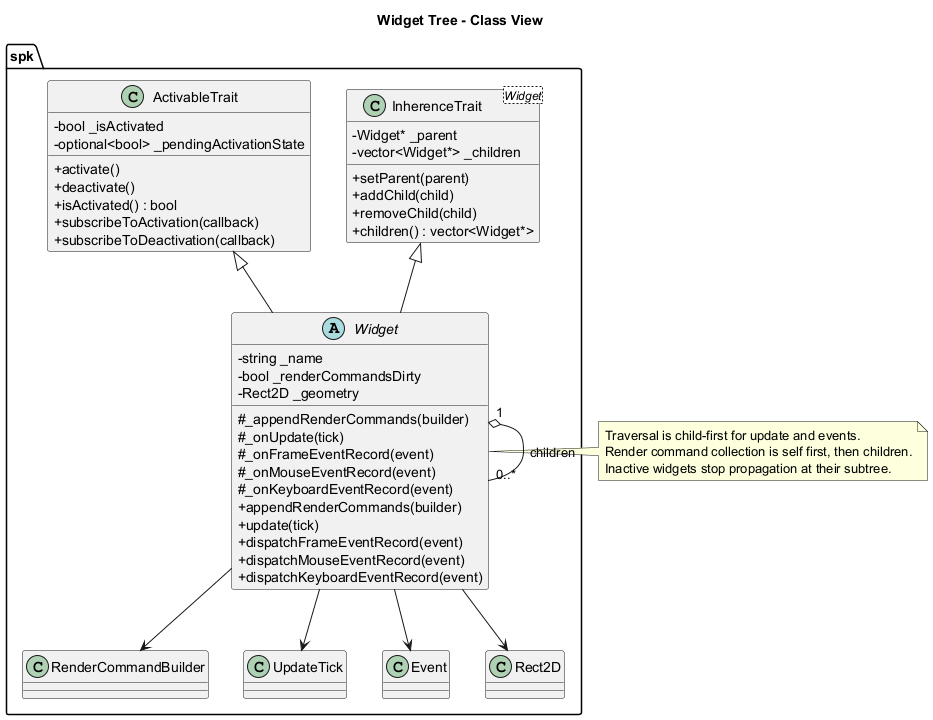
Before: documentation/architecture/diagrams/widget-tree-class.png, a diagram exported from PlantUML (Hyarius/Sparkle).
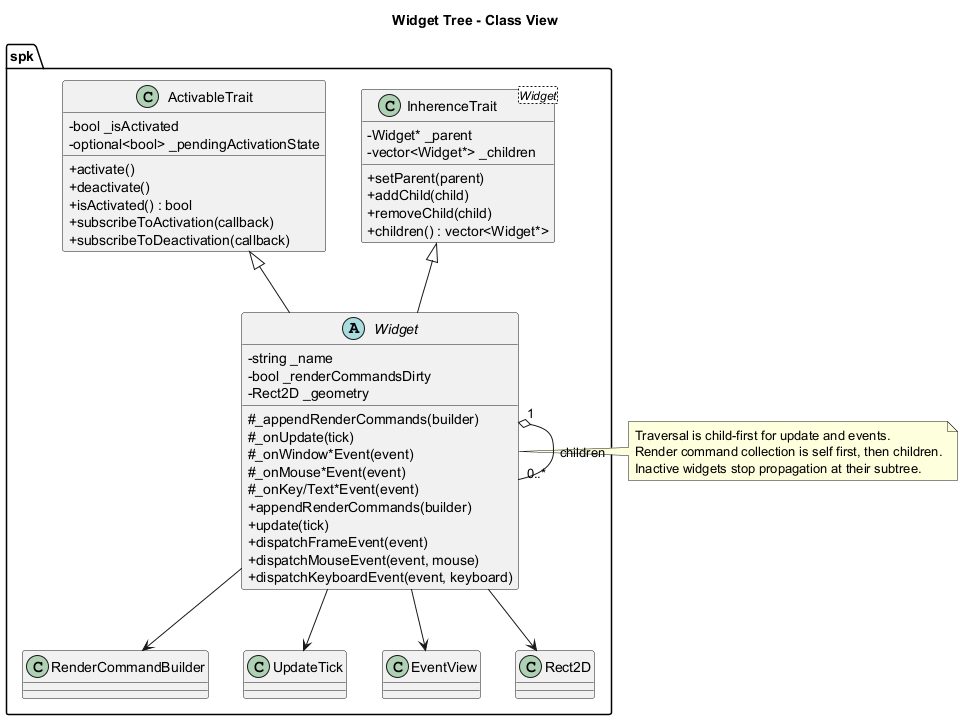
Above is the later version.

The edit, as a diff of the source:
```diff
@@ -29,19 +29,19 @@
 		- Rect2D _geometry
 		# _appendRenderCommands(builder)
 		# _onUpdate(tick)
-		# _onFrameEventRecord(event)
-		# _onMouseEventRecord(event)
-		# _onKeyboardEventRecord(event)
+		# _onWindow*Event(event)
+		# _onMouse*Event(event)
+		# _onKey/Text*Event(event)
 		+ appendRenderCommands(builder)
 		+ update(tick)
-		+ dispatchFrameEventRecord(event)
-		+ dispatchMouseEventRecord(event)
-		+ dispatchKeyboardEventRecord(event)
+		+ dispatchFrameEvent(event)
+		+ dispatchMouseEvent(event, mouse)
+		+ dispatchKeyboardEvent(event, keyboard)
 	}
 
 	class RenderCommandBuilder
 	class UpdateTick
-	class Event
+	class EventView
 	class Rect2D
 }
 
@@ -50,7 +50,7 @@
 spk.Widget "1" o-- "0..*" spk.Widget : children
 spk.Widget --> spk.RenderCommandBuilder
 spk.Widget --> spk.UpdateTick
-spk.Widget --> spk.Event
+spk.Widget --> spk.EventView
 spk.Widget --> spk.Rect2D
 
 note right of spk.Widget
```
